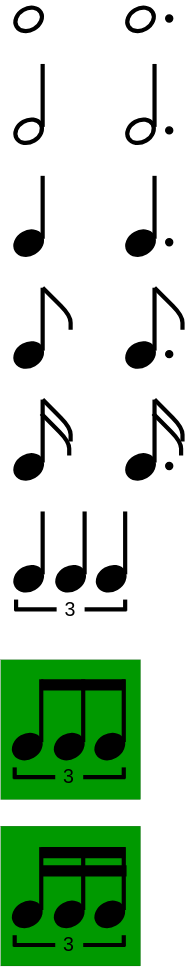
This is public/functional_harmony/1.drawio.svg from kako-jun/sid-note, a draw.io export, as it was before one commit. Source tidied: cells renumbered, new cells last; positions are measured from the earlier drawing's top-left corner, leaving out a move shared by most shapes.
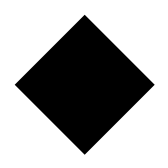
Above is the later version.

Change to the diagram source:
```diff
@@ -2,332 +2,11 @@
   <root>
     <mxCell id="0" />
     <mxCell id="1" parent="0" />
-    <mxCell id="2" style="whiteSpace=wrap;html=1;fillColor=#009900;strokeWidth=0;" parent="1" vertex="1">
-      <mxGeometry y="585" width="100" height="100" as="geometry" />
+    <mxCell id="2" style="whiteSpace=wrap;html=1;fillColor=none;strokeWidth=0;strokeColor=none;" parent="1" vertex="1">
+      <mxGeometry y="585" width="120" height="120" as="geometry" />
     </mxCell>
-    <mxCell id="3" style="whiteSpace=wrap;html=1;fillColor=#009900;strokeWidth=0;" parent="1" vertex="1">
-      <mxGeometry y="466" width="100" height="100" as="geometry" />
-    </mxCell>
-    <mxCell id="4" style="ellipse;whiteSpace=wrap;html=1;rotation=-30;strokeWidth=3;" parent="1" vertex="1">
-      <mxGeometry x="10" y="0.4" width="20" height="15.5" as="geometry" />
-    </mxCell>
-    <mxCell id="5" style="endArrow=none;html=1;strokeWidth=3;" parent="1" edge="1">
-      <mxGeometry relative="1" as="geometry">
-        <mxPoint x="30" y="85" as="sourcePoint" />
-        <mxPoint x="30" y="40" as="targetPoint" />
-      </mxGeometry>
-    </mxCell>
-    <mxCell id="6" style="ellipse;whiteSpace=wrap;html=1;rotation=-30;strokeWidth=3;" parent="1" vertex="1">
-      <mxGeometry x="10" y="80.4" width="20" height="15.5" as="geometry" />
-    </mxCell>
-    <mxCell id="7" style="endArrow=none;html=1;strokeWidth=3;" parent="1" edge="1">
-      <mxGeometry relative="1" as="geometry">
-        <mxPoint x="30" y="165" as="sourcePoint" />
-        <mxPoint x="30" y="120" as="targetPoint" />
-      </mxGeometry>
-    </mxCell>
-    <mxCell id="8" style="ellipse;whiteSpace=wrap;html=1;rotation=-30;strokeWidth=3;fillColor=#000000;" parent="1" vertex="1">
-      <mxGeometry x="10" y="160.4" width="20" height="15.5" as="geometry" />
-    </mxCell>
-    <mxCell id="9" style="ellipse;whiteSpace=wrap;html=1;rotation=-30;strokeWidth=3;" parent="1" vertex="1">
-      <mxGeometry x="90" y="0.4" width="20" height="15.5" as="geometry" />
-    </mxCell>
-    <mxCell id="10" style="endArrow=none;html=1;strokeWidth=3;" parent="1" edge="1">
-      <mxGeometry relative="1" as="geometry">
-        <mxPoint x="110" y="85" as="sourcePoint" />
-        <mxPoint x="110" y="40" as="targetPoint" />
-      </mxGeometry>
-    </mxCell>
-    <mxCell id="11" style="ellipse;whiteSpace=wrap;html=1;rotation=-30;strokeWidth=3;" parent="1" vertex="1">
-      <mxGeometry x="90" y="80.4" width="20" height="15.5" as="geometry" />
-    </mxCell>
-    <mxCell id="12" style="endArrow=none;html=1;strokeWidth=3;" parent="1" edge="1">
-      <mxGeometry relative="1" as="geometry">
-        <mxPoint x="110" y="165" as="sourcePoint" />
-        <mxPoint x="110" y="120" as="targetPoint" />
-      </mxGeometry>
-    </mxCell>
-    <mxCell id="13" style="ellipse;whiteSpace=wrap;html=1;rotation=-30;strokeWidth=3;fillColor=#000000;" parent="1" vertex="1">
-      <mxGeometry x="90" y="160.4" width="20" height="15.5" as="geometry" />
-    </mxCell>
-    <mxCell id="14" style="ellipse;whiteSpace=wrap;html=1;fillColor=#000000;" parent="1" vertex="1">
-      <mxGeometry x="118" y="5" width="5" height="5" as="geometry" />
-    </mxCell>
-    <mxCell id="15" style="ellipse;whiteSpace=wrap;html=1;fillColor=#000000;" parent="1" vertex="1">
-      <mxGeometry x="118" y="85" width="5" height="5" as="geometry" />
-    </mxCell>
-    <mxCell id="16" style="ellipse;whiteSpace=wrap;html=1;fillColor=#000000;" parent="1" vertex="1">
-      <mxGeometry x="118" y="165" width="5" height="5" as="geometry" />
-    </mxCell>
-    <mxCell id="17" style="endArrow=none;html=1;strokeWidth=3;" parent="1" edge="1">
-      <mxGeometry relative="1" as="geometry">
-        <mxPoint x="30" y="245" as="sourcePoint" />
-        <mxPoint x="30" y="200" as="targetPoint" />
-      </mxGeometry>
-    </mxCell>
-    <mxCell id="18" style="ellipse;whiteSpace=wrap;html=1;rotation=-30;strokeWidth=3;fillColor=#000000;" parent="1" vertex="1">
-      <mxGeometry x="10" y="240.4" width="20" height="15.5" as="geometry" />
-    </mxCell>
-    <mxCell id="19" style="endArrow=none;html=1;strokeWidth=3;" parent="1" edge="1">
-      <mxGeometry relative="1" as="geometry">
-        <mxPoint x="50" y="230" as="sourcePoint" />
-        <mxPoint x="30" y="200" as="targetPoint" />
-        <Array as="points">
-          <mxPoint x="50" y="220" />
-        </Array>
-      </mxGeometry>
-    </mxCell>
-    <mxCell id="20" style="endArrow=none;html=1;strokeWidth=3;" parent="1" edge="1">
-      <mxGeometry relative="1" as="geometry">
-        <mxPoint x="110" y="245" as="sourcePoint" />
-        <mxPoint x="110" y="200" as="targetPoint" />
-      </mxGeometry>
-    </mxCell>
-    <mxCell id="21" style="ellipse;whiteSpace=wrap;html=1;rotation=-30;strokeWidth=3;fillColor=#000000;" parent="1" vertex="1">
-      <mxGeometry x="90" y="240.4" width="20" height="15.5" as="geometry" />
-    </mxCell>
-    <mxCell id="22" style="endArrow=none;html=1;strokeWidth=3;" parent="1" edge="1">
-      <mxGeometry relative="1" as="geometry">
-        <mxPoint x="130" y="230" as="sourcePoint" />
-        <mxPoint x="110" y="200" as="targetPoint" />
-        <Array as="points">
-          <mxPoint x="130" y="220" />
-        </Array>
-      </mxGeometry>
-    </mxCell>
-    <mxCell id="23" style="ellipse;whiteSpace=wrap;html=1;fillColor=#000000;" parent="1" vertex="1">
-      <mxGeometry x="118" y="245" width="5" height="5" as="geometry" />
-    </mxCell>
-    <mxCell id="24" style="endArrow=none;html=1;strokeWidth=3;" parent="1" edge="1">
-      <mxGeometry relative="1" as="geometry">
-        <mxPoint x="30" y="325" as="sourcePoint" />
-        <mxPoint x="30" y="280" as="targetPoint" />
-      </mxGeometry>
-    </mxCell>
-    <mxCell id="25" style="ellipse;whiteSpace=wrap;html=1;rotation=-30;strokeWidth=3;fillColor=#000000;" parent="1" vertex="1">
-      <mxGeometry x="10" y="320.4" width="20" height="15.5" as="geometry" />
-    </mxCell>
-    <mxCell id="26" style="endArrow=none;html=1;strokeWidth=3;" parent="1" edge="1">
-      <mxGeometry relative="1" as="geometry">
-        <mxPoint x="50" y="310" as="sourcePoint" />
-        <mxPoint x="30" y="280" as="targetPoint" />
-        <Array as="points">
-          <mxPoint x="50" y="300" />
-        </Array>
-      </mxGeometry>
-    </mxCell>
-    <mxCell id="27" style="endArrow=none;html=1;strokeWidth=3;" parent="1" edge="1">
-      <mxGeometry relative="1" as="geometry">
-        <mxPoint x="110" y="325" as="sourcePoint" />
-        <mxPoint x="110" y="280" as="targetPoint" />
-      </mxGeometry>
-    </mxCell>
-    <mxCell id="28" style="ellipse;whiteSpace=wrap;html=1;rotation=-30;strokeWidth=3;fillColor=#000000;" parent="1" vertex="1">
-      <mxGeometry x="90" y="320.4" width="20" height="15.5" as="geometry" />
-    </mxCell>
-    <mxCell id="29" style="endArrow=none;html=1;strokeWidth=3;" parent="1" edge="1">
-      <mxGeometry relative="1" as="geometry">
-        <mxPoint x="130" y="310" as="sourcePoint" />
-        <mxPoint x="110" y="280" as="targetPoint" />
-        <Array as="points">
-          <mxPoint x="130" y="300" />
-        </Array>
-      </mxGeometry>
-    </mxCell>
-    <mxCell id="30" style="ellipse;whiteSpace=wrap;html=1;fillColor=#000000;" parent="1" vertex="1">
-      <mxGeometry x="118" y="325" width="5" height="5" as="geometry" />
-    </mxCell>
-    <mxCell id="31" style="endArrow=none;html=1;strokeWidth=3;" parent="1" edge="1">
-      <mxGeometry relative="1" as="geometry">
-        <mxPoint x="49" y="320" as="sourcePoint" />
-        <mxPoint x="29" y="290" as="targetPoint" />
-        <Array as="points">
-          <mxPoint x="49" y="310" />
-        </Array>
-      </mxGeometry>
-    </mxCell>
-    <mxCell id="32" style="endArrow=none;html=1;strokeWidth=3;" parent="1" edge="1">
-      <mxGeometry relative="1" as="geometry">
-        <mxPoint x="129" y="320" as="sourcePoint" />
-        <mxPoint x="109" y="290" as="targetPoint" />
-        <Array as="points">
-          <mxPoint x="129" y="310" />
-        </Array>
-      </mxGeometry>
-    </mxCell>
-    <mxCell id="33" style="endArrow=none;html=1;strokeWidth=3;" parent="1" edge="1">
-      <mxGeometry relative="1" as="geometry">
-        <mxPoint x="30" y="405" as="sourcePoint" />
-        <mxPoint x="30" y="360" as="targetPoint" />
-      </mxGeometry>
-    </mxCell>
-    <mxCell id="34" style="ellipse;whiteSpace=wrap;html=1;rotation=-30;strokeWidth=3;fillColor=#000000;" parent="1" vertex="1">
-      <mxGeometry x="10" y="400.4" width="20" height="15.5" as="geometry" />
-    </mxCell>
-    <mxCell id="35" style="endArrow=none;html=1;strokeWidth=3;" parent="1" edge="1">
-      <mxGeometry relative="1" as="geometry">
-        <mxPoint x="60" y="405" as="sourcePoint" />
-        <mxPoint x="60" y="360" as="targetPoint" />
-      </mxGeometry>
-    </mxCell>
-    <mxCell id="36" style="ellipse;whiteSpace=wrap;html=1;rotation=-30;strokeWidth=3;fillColor=#000000;" parent="1" vertex="1">
-      <mxGeometry x="40" y="400.4" width="20" height="15.5" as="geometry" />
-    </mxCell>
-    <mxCell id="37" style="endArrow=none;html=1;strokeWidth=3;" parent="1" edge="1">
-      <mxGeometry relative="1" as="geometry">
-        <mxPoint x="89" y="405" as="sourcePoint" />
-        <mxPoint x="89" y="360" as="targetPoint" />
-      </mxGeometry>
-    </mxCell>
-    <mxCell id="38" style="ellipse;whiteSpace=wrap;html=1;rotation=-30;strokeWidth=3;fillColor=#000000;" parent="1" vertex="1">
-      <mxGeometry x="69" y="400.4" width="20" height="15.5" as="geometry" />
-    </mxCell>
-    <mxCell id="39" style="endArrow=none;html=1;strokeWidth=3;exitX=0;exitY=0.5;exitDx=0;exitDy=0;" parent="1" edge="1" source="42">
-      <mxGeometry relative="1" as="geometry">
-        <mxPoint x="10" y="430" as="targetPoint" />
-      </mxGeometry>
-    </mxCell>
-    <mxCell id="40" style="endArrow=none;html=1;strokeWidth=3;endSize=6;" parent="1" edge="1">
-      <mxGeometry relative="1" as="geometry">
-        <mxPoint x="11" y="431" as="sourcePoint" />
-        <mxPoint x="11" y="423" as="targetPoint" />
-      </mxGeometry>
-    </mxCell>
-    <mxCell id="41" style="endArrow=none;html=1;strokeWidth=3;endSize=6;" parent="1" edge="1">
-      <mxGeometry relative="1" as="geometry">
-        <mxPoint x="89" y="431" as="sourcePoint" />
-        <mxPoint x="89" y="423" as="targetPoint" />
-      </mxGeometry>
-    </mxCell>
-    <mxCell id="42" value="3" style="text;html=1;align=center;verticalAlign=middle;whiteSpace=wrap;rounded=0;fontSize=14;" parent="1" vertex="1">
-      <mxGeometry x="40" y="415" width="20" height="30" as="geometry" />
-    </mxCell>
-    <mxCell id="43" style="endArrow=none;html=1;strokeWidth=3;entryX=1;entryY=0.5;entryDx=0;entryDy=0;" parent="1" edge="1" target="42">
-      <mxGeometry relative="1" as="geometry">
-        <mxPoint x="90" y="430" as="sourcePoint" />
-      </mxGeometry>
-    </mxCell>
-    <mxCell id="44" style="endArrow=none;html=1;strokeWidth=3;" parent="1" edge="1">
-      <mxGeometry relative="1" as="geometry">
-        <mxPoint x="29" y="525" as="sourcePoint" />
-        <mxPoint x="29" y="480" as="targetPoint" />
-      </mxGeometry>
-    </mxCell>
-    <mxCell id="45" style="ellipse;whiteSpace=wrap;html=1;rotation=-30;strokeWidth=3;fillColor=#000000;" parent="1" vertex="1">
-      <mxGeometry x="9" y="520.4" width="20" height="15.5" as="geometry" />
-    </mxCell>
-    <mxCell id="46" style="endArrow=none;html=1;strokeWidth=3;" parent="1" edge="1">
-      <mxGeometry relative="1" as="geometry">
-        <mxPoint x="59" y="525" as="sourcePoint" />
-        <mxPoint x="59" y="480" as="targetPoint" />
-      </mxGeometry>
-    </mxCell>
-    <mxCell id="47" style="ellipse;whiteSpace=wrap;html=1;rotation=-30;strokeWidth=3;fillColor=#000000;" parent="1" vertex="1">
-      <mxGeometry x="39" y="520.4" width="20" height="15.5" as="geometry" />
-    </mxCell>
-    <mxCell id="48" style="endArrow=none;html=1;strokeWidth=3;" parent="1" edge="1">
-      <mxGeometry relative="1" as="geometry">
-        <mxPoint x="88" y="525" as="sourcePoint" />
-        <mxPoint x="88" y="480" as="targetPoint" />
-      </mxGeometry>
-    </mxCell>
-    <mxCell id="49" style="ellipse;whiteSpace=wrap;html=1;rotation=-30;strokeWidth=3;fillColor=#000000;" parent="1" vertex="1">
-      <mxGeometry x="68" y="520.4" width="20" height="15.5" as="geometry" />
-    </mxCell>
-    <mxCell id="50" style="endArrow=none;html=1;strokeWidth=3;exitX=0;exitY=0.5;exitDx=0;exitDy=0;" parent="1" edge="1" source="53">
-      <mxGeometry relative="1" as="geometry">
-        <mxPoint x="9" y="550" as="targetPoint" />
-      </mxGeometry>
-    </mxCell>
-    <mxCell id="51" style="endArrow=none;html=1;strokeWidth=3;endSize=6;" parent="1" edge="1">
-      <mxGeometry relative="1" as="geometry">
-        <mxPoint x="10" y="551" as="sourcePoint" />
-        <mxPoint x="10" y="543" as="targetPoint" />
-      </mxGeometry>
-    </mxCell>
-    <mxCell id="52" style="endArrow=none;html=1;strokeWidth=3;endSize=6;" parent="1" edge="1">
-      <mxGeometry relative="1" as="geometry">
-        <mxPoint x="88" y="551" as="sourcePoint" />
-        <mxPoint x="88" y="543" as="targetPoint" />
-      </mxGeometry>
-    </mxCell>
-    <mxCell id="53" value="3" style="text;html=1;align=center;verticalAlign=middle;whiteSpace=wrap;rounded=0;fontSize=14;" parent="1" vertex="1">
-      <mxGeometry x="39" y="535" width="20" height="30" as="geometry" />
-    </mxCell>
-    <mxCell id="54" style="endArrow=none;html=1;strokeWidth=3;entryX=1;entryY=0.5;entryDx=0;entryDy=0;" parent="1" edge="1" target="53">
-      <mxGeometry relative="1" as="geometry">
-        <mxPoint x="89" y="550" as="sourcePoint" />
-      </mxGeometry>
-    </mxCell>
-    <mxCell id="55" style="endArrow=none;html=1;strokeWidth=8;" parent="1" edge="1">
-      <mxGeometry relative="1" as="geometry">
-        <mxPoint x="89" y="484" as="sourcePoint" />
-        <mxPoint x="29" y="484" as="targetPoint" />
-      </mxGeometry>
-    </mxCell>
-    <mxCell id="56" style="endArrow=none;html=1;strokeWidth=3;" parent="1" edge="1">
-      <mxGeometry relative="1" as="geometry">
-        <mxPoint x="29" y="645" as="sourcePoint" />
-        <mxPoint x="29" y="600" as="targetPoint" />
-      </mxGeometry>
-    </mxCell>
-    <mxCell id="57" style="ellipse;whiteSpace=wrap;html=1;rotation=-30;strokeWidth=3;fillColor=#000000;" parent="1" vertex="1">
-      <mxGeometry x="9" y="640.4" width="20" height="15.5" as="geometry" />
-    </mxCell>
-    <mxCell id="58" style="endArrow=none;html=1;strokeWidth=3;" parent="1" edge="1">
-      <mxGeometry relative="1" as="geometry">
-        <mxPoint x="59" y="645" as="sourcePoint" />
-        <mxPoint x="59" y="600" as="targetPoint" />
-      </mxGeometry>
-    </mxCell>
-    <mxCell id="59" style="ellipse;whiteSpace=wrap;html=1;rotation=-30;strokeWidth=3;fillColor=#000000;" parent="1" vertex="1">
-      <mxGeometry x="39" y="640.4" width="20" height="15.5" as="geometry" />
-    </mxCell>
-    <mxCell id="60" style="endArrow=none;html=1;strokeWidth=3;" parent="1" edge="1">
-      <mxGeometry relative="1" as="geometry">
-        <mxPoint x="88" y="645" as="sourcePoint" />
-        <mxPoint x="88" y="600" as="targetPoint" />
-      </mxGeometry>
-    </mxCell>
-    <mxCell id="61" style="ellipse;whiteSpace=wrap;html=1;rotation=-30;strokeWidth=3;fillColor=#000000;" parent="1" vertex="1">
-      <mxGeometry x="68" y="640.4" width="20" height="15.5" as="geometry" />
-    </mxCell>
-    <mxCell id="62" style="endArrow=none;html=1;strokeWidth=3;exitX=0;exitY=0.5;exitDx=0;exitDy=0;" parent="1" edge="1" source="65">
-      <mxGeometry relative="1" as="geometry">
-        <mxPoint x="9" y="670" as="targetPoint" />
-      </mxGeometry>
-    </mxCell>
-    <mxCell id="63" style="endArrow=none;html=1;strokeWidth=3;endSize=6;" parent="1" edge="1">
-      <mxGeometry relative="1" as="geometry">
-        <mxPoint x="10" y="671" as="sourcePoint" />
-        <mxPoint x="10" y="663" as="targetPoint" />
-      </mxGeometry>
-    </mxCell>
-    <mxCell id="64" style="endArrow=none;html=1;strokeWidth=3;endSize=6;" parent="1" edge="1">
-      <mxGeometry relative="1" as="geometry">
-        <mxPoint x="88" y="671" as="sourcePoint" />
-        <mxPoint x="88" y="663" as="targetPoint" />
-      </mxGeometry>
-    </mxCell>
-    <mxCell id="65" value="3" style="text;html=1;align=center;verticalAlign=middle;whiteSpace=wrap;rounded=0;fontSize=14;" parent="1" vertex="1">
-      <mxGeometry x="39" y="655" width="20" height="30" as="geometry" />
-    </mxCell>
-    <mxCell id="66" style="endArrow=none;html=1;strokeWidth=3;entryX=1;entryY=0.5;entryDx=0;entryDy=0;" parent="1" edge="1" target="65">
-      <mxGeometry relative="1" as="geometry">
-        <mxPoint x="89" y="670" as="sourcePoint" />
-      </mxGeometry>
-    </mxCell>
-    <mxCell id="67" style="endArrow=none;html=1;strokeWidth=8;" parent="1" edge="1">
-      <mxGeometry relative="1" as="geometry">
-        <mxPoint x="89" y="604" as="sourcePoint" />
-        <mxPoint x="29" y="604" as="targetPoint" />
-      </mxGeometry>
-    </mxCell>
-    <mxCell id="68" style="endArrow=none;html=1;strokeWidth=8;" parent="1" edge="1">
-      <mxGeometry relative="1" as="geometry">
-        <mxPoint x="90" y="617" as="sourcePoint" />
-        <mxPoint x="30" y="617" as="targetPoint" />
-      </mxGeometry>
-    </mxCell>
+    <mxCell id="69" style="rhombus;whiteSpace=wrap;html=1;fillColor=#000000;strokeColor=none;" parent="1" vertex="1">
+      <mxGeometry x="10" y="595" width="100" height="100" as="geometry" />
+    </mxCell>
   </root>
 </mxGraphModel>
```
